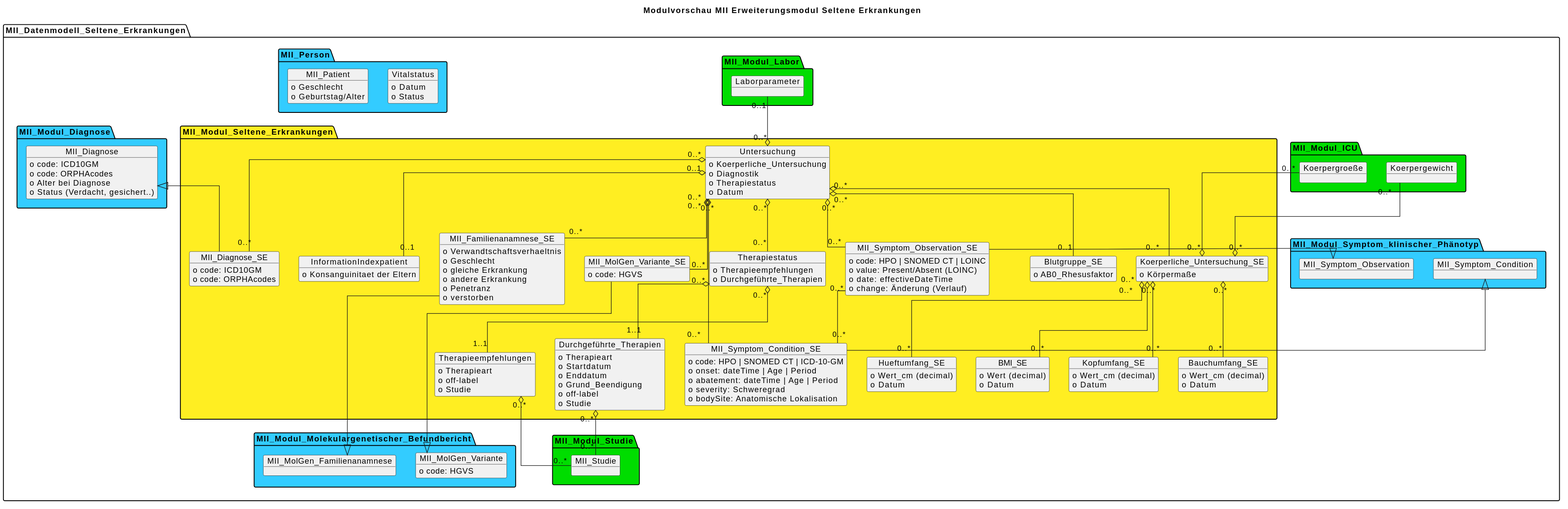
Before: information-model/MII_Datenmodell_Seltene_Erkrankungen_logisch.svg, a diagram exported from PlantUML (medizininformatik-initiative/kerndatensatzmodul-seltene-erkrankungen).
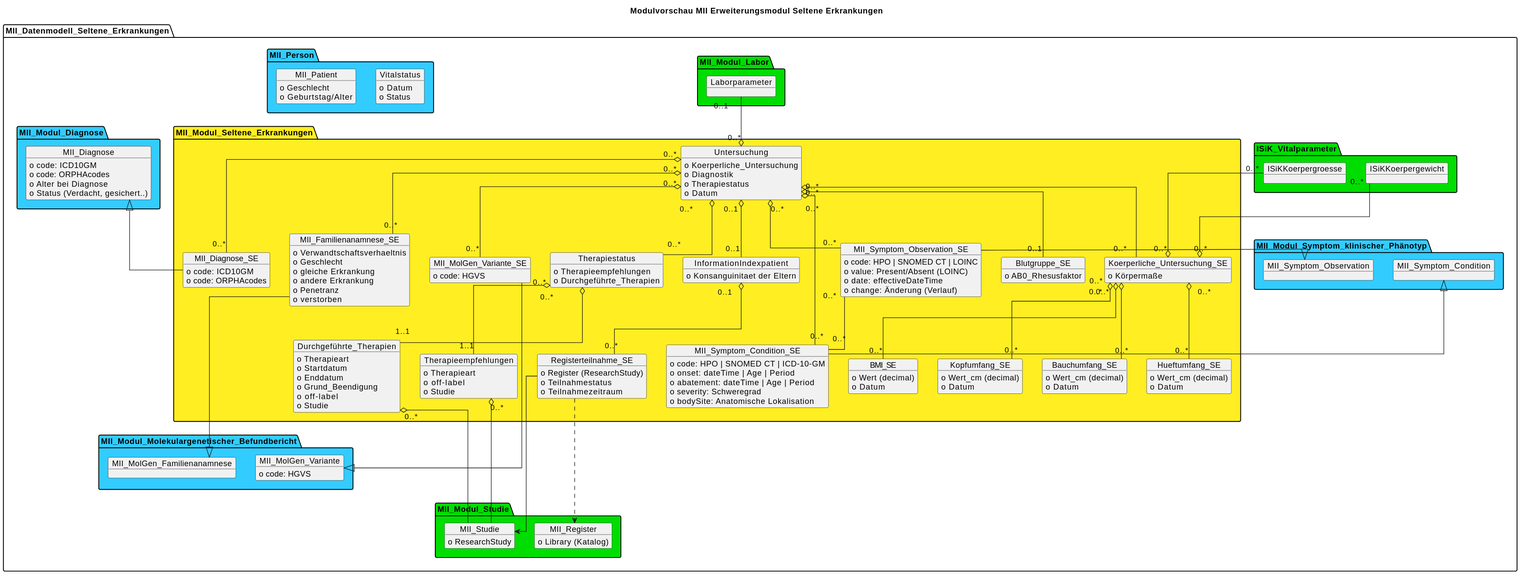
Above is the later version.

Commit message:
feat(lm): UML mit dem Logical Model abgleichbar, Körpermaße nach ISiK (#59)

What changed in the source:
```diff
@@ -100,19 +100,29 @@
     object Blutgruppe_SE {
       o AB0_Rhesusfaktor
     }
+    object Registerteilnahme_SE {
+      o Register (ResearchStudy)
+      o Teilnahmestatus
+      o Teilnahmezeitraum
+    }
     object InformationIndexpatient {
       o Konsanguinitaet der Eltern
     }
   }
-  package "MII_Modul_ICU" #00DD00{
-    object Koerpergewicht
-    object Koerpergroeße
+  package "ISiK_Vitalparameter" #00DD00{
+    object "ISiKKoerpergewicht" as Koerpergewicht
+    object "ISiKKoerpergroesse" as Koerpergroeße
   }
   package "MII_Modul_Labor" #00DD00 {
     object Laborparameter
   }
   package "MII_Modul_Studie" #00DD00 {
-    object MII_Studie
+    object MII_Studie {
+      o ResearchStudy
+    }
+    object MII_Register {
+      o Library (Katalog)
+    }
   }
 
   package "MII_Modul_Molekulargenetischer_Befundbericht" #33CCFF{
@@ -153,8 +163,12 @@
   Untersuchung "0..1" o-- "0..1" InformationIndexpatient
   Therapiestatus "0..*" o-down- "1..1" Therapieempfehlungen
   Therapiestatus "0..*" o-down- "1..1" Durchgeführte_Therapien
-  Therapieempfehlungen "0..*" o-down- "0..*" MII_Studie
-  Durchgeführte_Therapien "0..*" o-down- "0..*" MII_Studie
+  Therapieempfehlungen "0..*" o-down- MII_Studie
+  Durchgeführte_Therapien "0..*" o-down- MII_Studie
+  InformationIndexpatient "0..1" o-- "0..*" Registerteilnahme_SE
+  Registerteilnahme_SE -down-> MII_Studie
+  Registerteilnahme_SE ..down.> MII_Register
+  MII_Studie -[hidden]left- MII_Register
 
 }
 @enduml
```
